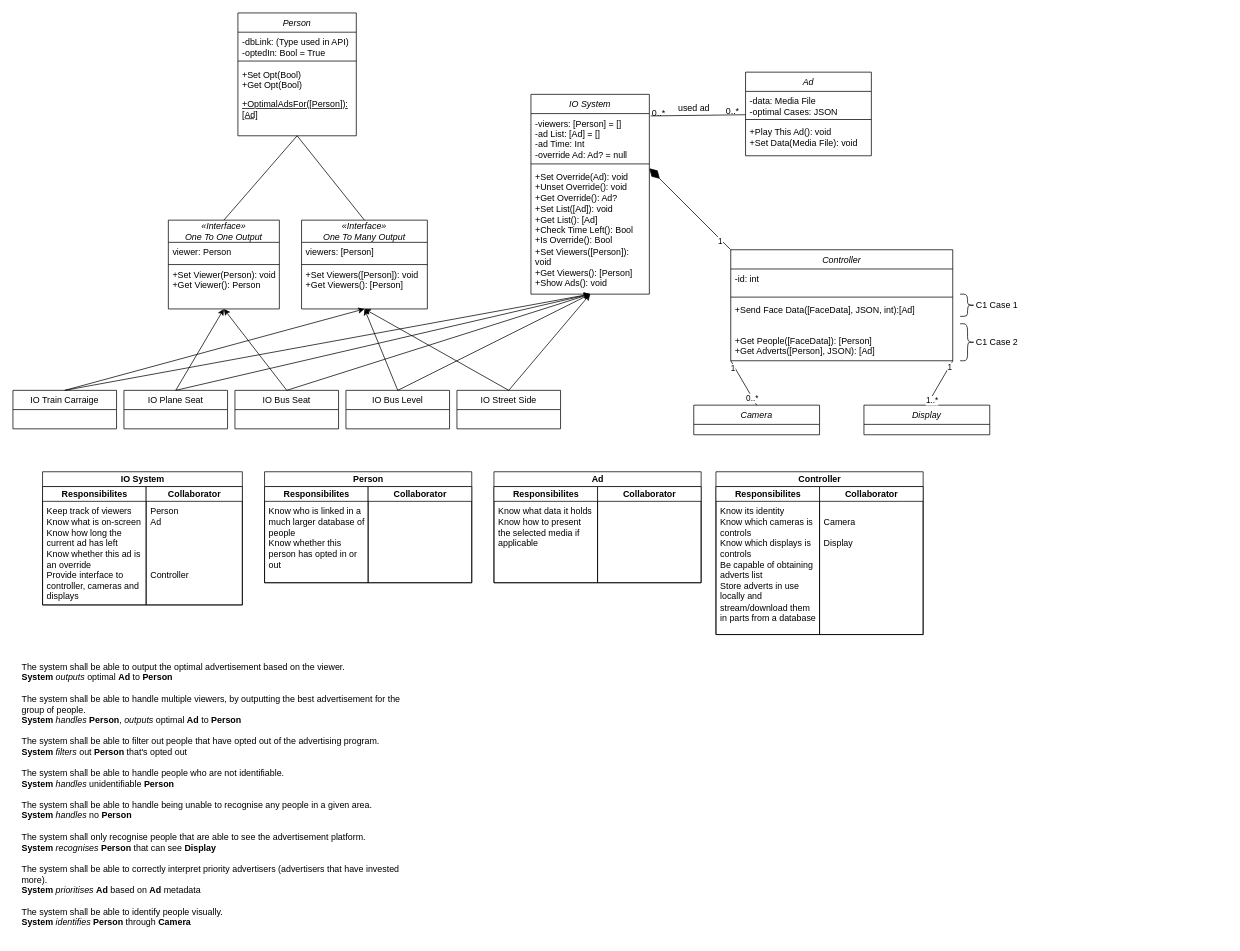
Earlier version of the draw.io diagram page "Page-1" (1 of 2) of class-diagram.drawio (pseud0n/sepp-diagrams). Source tidied: cells renumbered, new cells numbered last; positions are measured from the earlier drawing's top-left corner, leaving out a move shared by most shapes. Both pictures are drawn from the tidied source at 74%, with x=0, y=0 at pixel (13, 13).
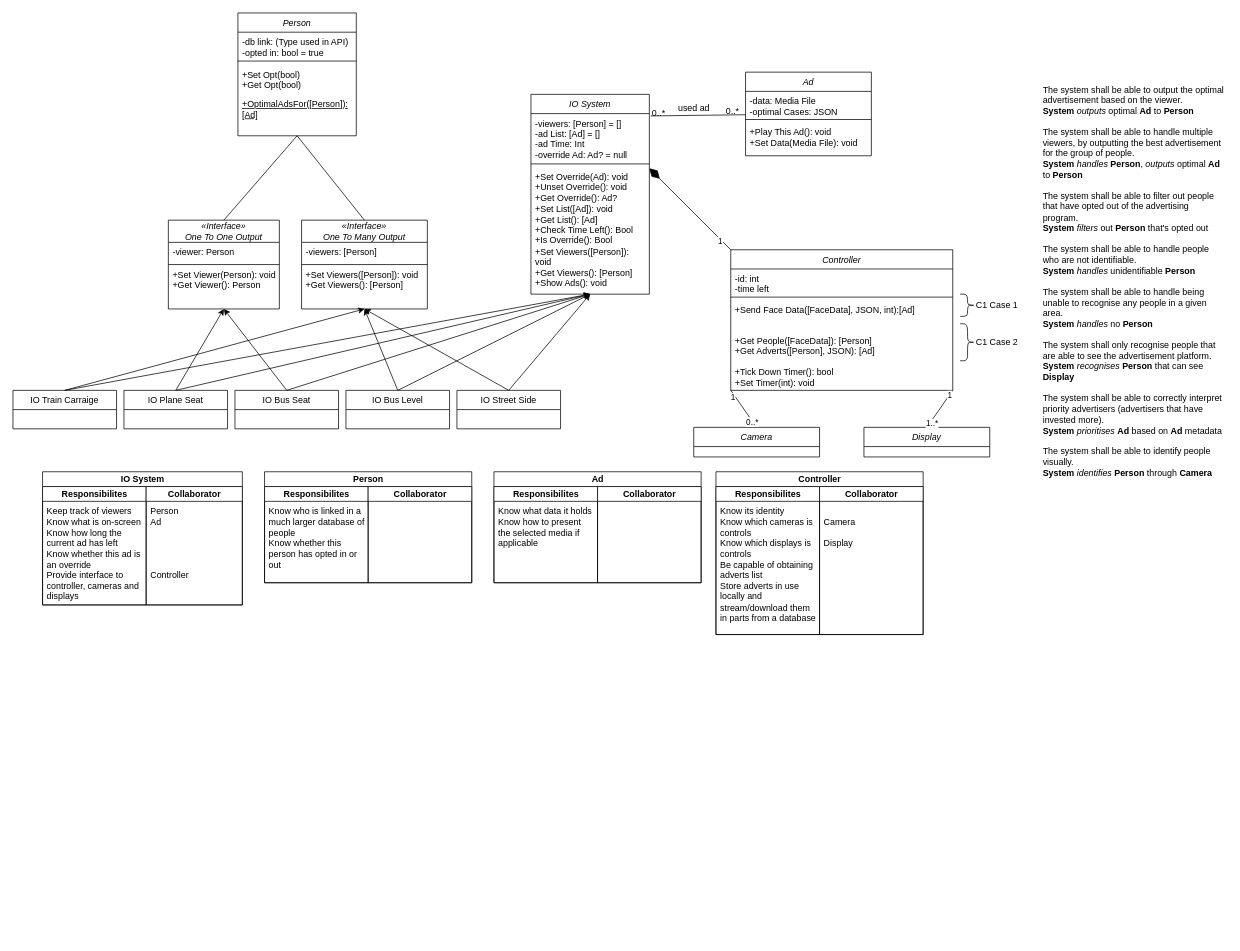
The same diagram, later.

Unchanged cells that the change refers to:
```xml
<mxCell id="14" value="Person" style="swimlane;fontStyle=2;align=center;verticalAlign=top;horizontal=1;startSize=26;rounded=0;shadow=0;strokeWidth=1;" parent="1" vertex="1">
  <mxGeometry x="304" width="160" height="166" as="geometry" />
</mxCell>
<mxCell id="28" value="«Interface»&lt;br&gt;&lt;div&gt;One To One Output&lt;br&gt;&lt;/div&gt;" style="swimlane;fontStyle=2;horizontal=1;startSize=30;whiteSpace=wrap;html=1;" parent="1" vertex="1">
  <mxGeometry x="210" y="280" width="150" height="120" as="geometry" />
</mxCell>
<mxCell id="32" value="«Interface»&lt;br&gt;&lt;div&gt;One To Many Output&lt;br&gt;&lt;/div&gt;" style="swimlane;fontStyle=2;horizontal=1;startSize=30;whiteSpace=wrap;html=1;" parent="1" vertex="1">
  <mxGeometry x="390" y="280" width="170" height="120" as="geometry" />
</mxCell>
```

The edit, as a diff of the source:
```diff
@@
-    <mxCell id="15" value="-dbLink: (Type used in API)&#10;-optedIn: Bool = True&#10;" style="text;align=left;verticalAlign=top;spacingLeft=4;spacingRight=4;overflow=hidden;" parent="14" vertex="1">
+    <mxCell id="15" value="-db link: (Type used in API)&#10;-opted in: bool = true&#10;" style="text;align=left;verticalAlign=top;spacingLeft=4;spacingRight=4;overflow=hidden;" parent="14" vertex="1">
       <mxGeometry y="26" width="160" height="34" as="geometry" />
     </mxCell>
@@
-    <mxCell id="17" value="+Set Opt(Bool)&#10;+Get Opt(Bool)&#10;&#10;" style="text;align=left;verticalAlign=top;spacingLeft=4;spacingRight=4;overflow=hidden;" parent="14" vertex="1">
+    <mxCell id="17" value="+Set Opt(bool)&#10;+Get Opt(bool)&#10;&#10;" style="text;align=left;verticalAlign=top;spacingLeft=4;spacingRight=4;overflow=hidden;" parent="14" vertex="1">
       <mxGeometry y="70" width="160" height="40" as="geometry" />
     </mxCell>
@@
-    <mxCell id="29" value="&lt;div&gt;viewer: Person&lt;/div&gt;&lt;div&gt;&lt;br&gt;&lt;/div&gt;" style="text;html=1;strokeColor=none;fillColor=none;align=left;verticalAlign=top;whiteSpace=wrap;rounded=0;spacingLeft=4;spacingRight=4;" parent="28" vertex="1">
+    <mxCell id="29" value="&lt;div&gt;-viewer: Person&lt;/div&gt;" style="text;html=1;strokeColor=none;fillColor=none;align=left;verticalAlign=top;whiteSpace=wrap;rounded=0;spacingLeft=4;spacingRight=4;" parent="28" vertex="1">
       <mxGeometry y="30" width="150" height="30" as="geometry" />
     </mxCell>
@@
-    <mxCell id="33" value="&lt;div&gt;viewers: [Person]&lt;/div&gt;&lt;div&gt;&lt;br&gt;&lt;/div&gt;" style="text;html=1;strokeColor=none;fillColor=none;align=left;verticalAlign=top;whiteSpace=wrap;rounded=0;spacingLeft=4;spacingRight=4;" parent="32" vertex="1">
+    <mxCell id="33" value="&lt;div&gt;-viewers: [Person]&lt;/div&gt;" style="text;html=1;strokeColor=none;fillColor=none;align=left;verticalAlign=top;whiteSpace=wrap;rounded=0;spacingLeft=4;spacingRight=4;" parent="32" vertex="1">
       <mxGeometry y="30" width="170" height="30" as="geometry" />
     </mxCell>
@@
     <mxCell id="53" value="Controller" style="swimlane;fontStyle=2;align=center;verticalAlign=top;horizontal=1;startSize=26;rounded=0;shadow=0;strokeWidth=1;" parent="1" vertex="1">
-      <mxGeometry x="970" y="320" width="300" height="150" as="geometry" />
+      <mxGeometry x="970" y="320" width="300" height="190" as="geometry" />
     </mxCell>
-    <mxCell id="54" value="-id: int" style="text;align=left;verticalAlign=top;spacingLeft=4;spacingRight=4;overflow=hidden;" parent="53" vertex="1">
+    <mxCell id="54" value="-id: int&#10;-time left&#10;" style="text;align=left;verticalAlign=top;spacingLeft=4;spacingRight=4;overflow=hidden;" parent="53" vertex="1">
       <mxGeometry y="26" width="300" height="34" as="geometry" />
     </mxCell>
@@
-    <mxCell id="56" value="+Send Face Data([FaceData], JSON, int):[Ad]&#10;&#10;&#10;+Get People([FaceData]): [Person]&#10;+Get Adverts([Person], JSON): [Ad]&#10;" style="text;align=left;verticalAlign=top;spacingLeft=4;spacingRight=4;overflow=hidden;" parent="53" vertex="1">
-      <mxGeometry y="68" width="300" height="82" as="geometry" />
+    <mxCell id="56" value="+Send Face Data([FaceData], JSON, int):[Ad]&#10;&#10;&#10;+Get People([FaceData]): [Person]&#10;+Get Adverts([Person], JSON): [Ad]&#10;&#10;+Tick Down Timer(): bool&#10;+Set Timer(int): void&#10;" style="text;align=left;verticalAlign=top;spacingLeft=4;spacingRight=4;overflow=hidden;" parent="53" vertex="1">
+      <mxGeometry y="68" width="300" height="122" as="geometry" />
     </mxCell>
     <mxCell id="57" value="Camera" style="swimlane;fontStyle=2;align=center;verticalAlign=top;horizontal=1;startSize=26;rounded=0;shadow=0;strokeWidth=1;" parent="1" vertex="1">
-      <mxGeometry x="920" y="530" width="170" height="40" as="geometry" />
+      <mxGeometry x="920" y="560" width="170" height="40" as="geometry" />
     </mxCell>
     <mxCell id="58" value="Display" style="swimlane;fontStyle=2;align=center;verticalAlign=top;horizontal=1;startSize=26;rounded=0;shadow=0;strokeWidth=1;" parent="1" vertex="1">
-      <mxGeometry x="1150" y="530" width="170" height="40" as="geometry" />
+      <mxGeometry x="1150" y="560" width="170" height="40" as="geometry" />
     </mxCell>
@@
     <mxCell id="82" value="The system shall be able to output the optimal advertisement based on the viewer.&lt;br&gt;&lt;b&gt;System&lt;/b&gt; &lt;i&gt;outputs&lt;/i&gt; optimal &lt;b&gt;Ad&lt;/b&gt; to &lt;b&gt;Person&lt;/b&gt;&lt;br&gt;&lt;br&gt;The system shall be able to handle multiple viewers, by outputting the best advertisement for the group of people.&lt;br&gt;&lt;b&gt;System&lt;/b&gt; &lt;i&gt;handles&lt;/i&gt; &lt;b&gt;Person&lt;/b&gt;, &lt;i&gt;outputs&lt;/i&gt; optimal &lt;b&gt;Ad&lt;/b&gt; to &lt;b&gt;Person&lt;/b&gt;&lt;br&gt;&lt;br&gt;The system shall be able to filter out people that have opted out of the advertising program.&lt;br&gt;&lt;b&gt;System&lt;/b&gt; &lt;i&gt;filters&lt;/i&gt; out &lt;b&gt;Person&lt;/b&gt; that's opted out&lt;br&gt;&lt;br&gt;The system shall be able to handle people who are not identifiable.&lt;br&gt;&lt;b&gt;System&lt;/b&gt; &lt;i&gt;handles&lt;/i&gt; unidentifiable &lt;b&gt;Person&lt;/b&gt;&lt;br&gt;&lt;br&gt;The system shall be able to handle being unable to recognise any people in a given area.&lt;br&gt;&lt;b&gt;System&lt;/b&gt; &lt;i&gt;handles&lt;/i&gt; no &lt;b&gt;Person&lt;/b&gt;&lt;br&gt;&lt;br&gt;The system shall only recognise people that are able to see the advertisement platform.&lt;br&gt;&lt;b&gt;System&lt;/b&gt; &lt;i&gt;recognises&lt;/i&gt; &lt;b&gt;Person&lt;/b&gt; that can see &lt;b&gt;Display&lt;/b&gt;&lt;br&gt;&lt;br&gt;The system shall be able to correctly interpret priority advertisers (advertisers that have invested more).&lt;br&gt;&lt;b&gt;System&lt;/b&gt; &lt;i&gt;prioritises&lt;/i&gt; &lt;b&gt;Ad&lt;/b&gt; based on &lt;b&gt;Ad&lt;/b&gt; metadata&lt;br&gt;&lt;br&gt;&lt;div&gt;The system shall be able to identify people visually.&lt;/div&gt;&lt;div&gt;&lt;b&gt;System &lt;/b&gt;&lt;i&gt;identifies &lt;/i&gt;&lt;b&gt;Person &lt;/b&gt;through &lt;b&gt;Camera&lt;/b&gt;&lt;br&gt;&lt;/div&gt;" style="text;html=1;strokeColor=none;fillColor=none;align=left;verticalAlign=top;whiteSpace=wrap;rounded=0;" parent="1" vertex="1">
-      <mxGeometry x="10" y="870" width="520" height="380" as="geometry" />
+      <mxGeometry x="1390" y="90" width="250" height="740" as="geometry" />
     </mxCell>
```
